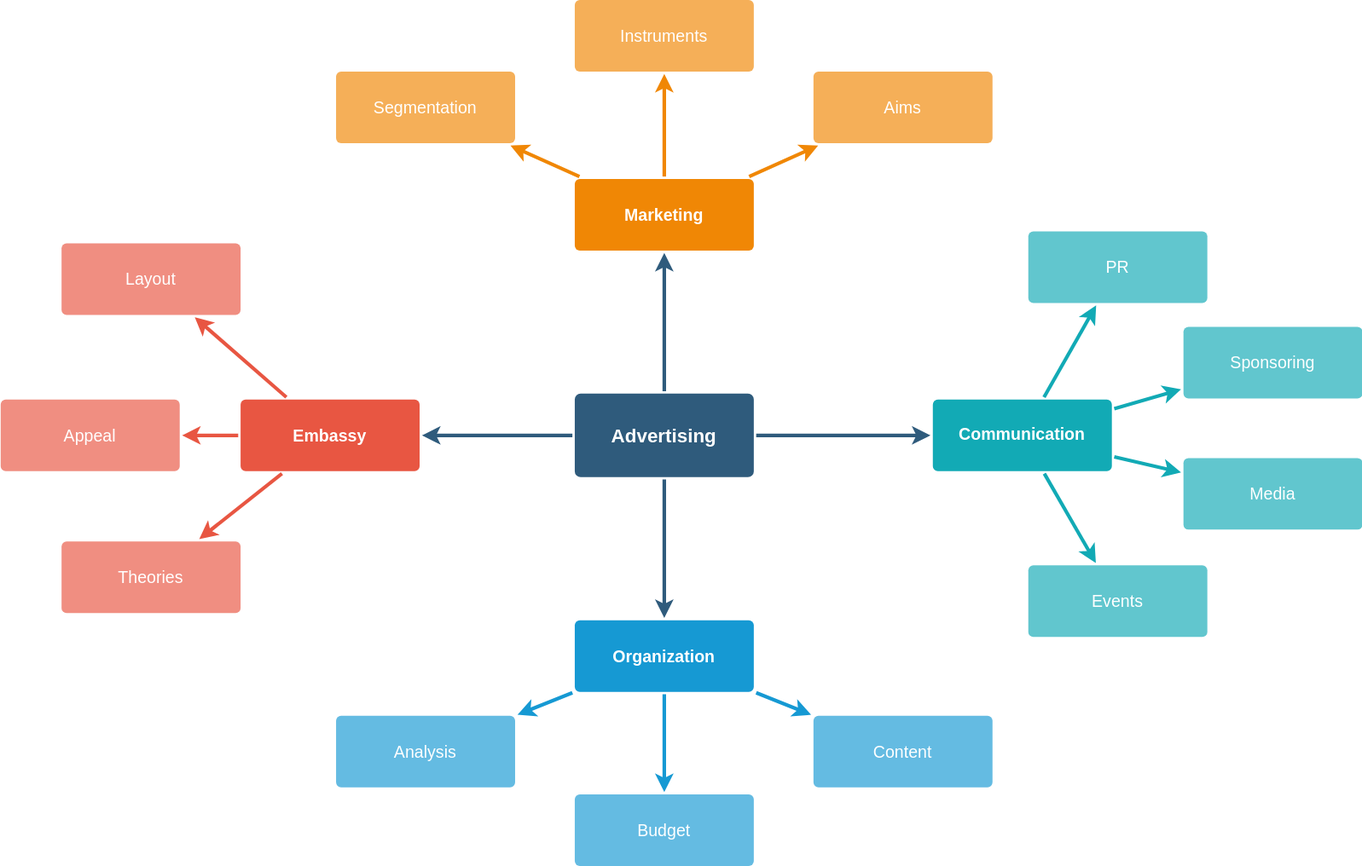
sharkisyou/sharkisyou keeps this draw.io diagram as 未命名绘图.drawio.svg. Above is the earlier version. Source tidied: cells renumbered, new cells last; positions are measured from the earlier drawing's top-left corner, leaving out a move shared by most shapes.
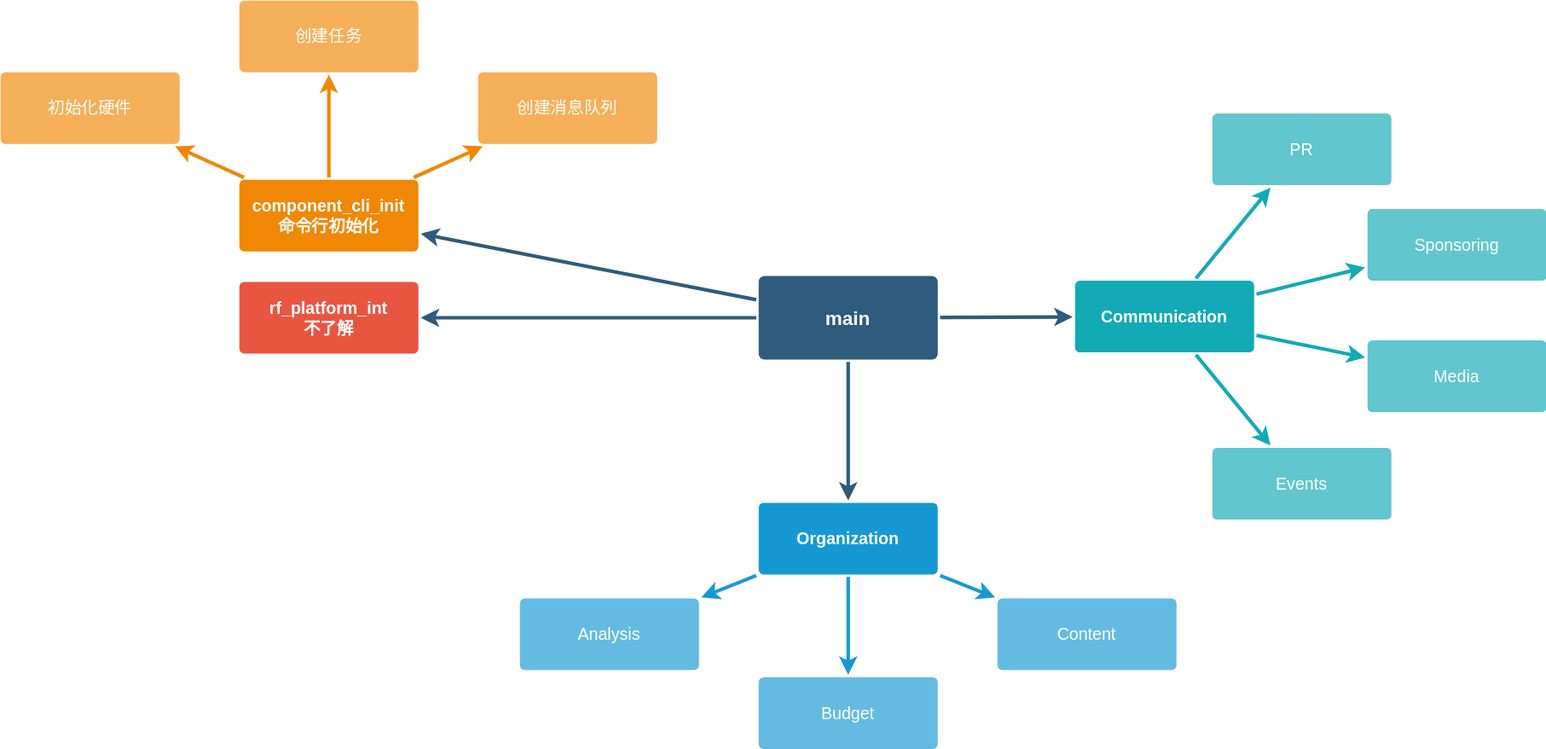
The same file after the commit.

Commit message:
禾迈微逆微储.drawio.svg

Change to the diagram source:
```diff
@@ -14,30 +14,12 @@
     <mxCell id="5" style="edgeStyle=none;rounded=0;jumpStyle=none;html=1;shadow=0;labelBackgroundColor=none;startArrow=none;startFill=0;endArrow=classic;endFill=1;jettySize=auto;strokeColor=#2F5B7C;strokeWidth=3;fontFamily=Helvetica;fontSize=16;fontColor=#23445D;spacing=5;" parent="1" edge="1" source="6" target="10">
       <mxGeometry relative="1" as="geometry" />
     </mxCell>
-    <mxCell id="6" value="Advertising" style="rounded=1;whiteSpace=wrap;html=1;shadow=0;labelBackgroundColor=none;strokeColor=none;strokeWidth=3;fillColor=#2F5B7C;fontFamily=Helvetica;fontSize=16;fontColor=#FFFFFF;align=center;fontStyle=1;spacing=5;arcSize=7;perimeterSpacing=2;" parent="1" vertex="1">
+    <mxCell id="6" value="main" style="rounded=1;whiteSpace=wrap;html=1;shadow=0;labelBackgroundColor=none;strokeColor=none;strokeWidth=3;fillColor=#2F5B7C;fontFamily=Helvetica;fontSize=16;fontColor=#FFFFFF;align=center;fontStyle=1;spacing=5;arcSize=7;perimeterSpacing=2;" parent="1" vertex="1">
       <mxGeometry x="481" y="330.5" width="150" height="70" as="geometry" />
     </mxCell>
-    <mxCell id="7" style="edgeStyle=none;rounded=1;jumpStyle=none;html=1;shadow=0;labelBackgroundColor=none;startArrow=none;startFill=0;jettySize=auto;strokeColor=#E85642;strokeWidth=3;fontFamily=Helvetica;fontSize=14;fontColor=#FFFFFF;spacing=5;fontStyle=1;fillColor=#b0e3e6;" parent="1" edge="1" source="10" target="13">
-      <mxGeometry relative="1" as="geometry" />
-    </mxCell>
-    <mxCell id="8" style="edgeStyle=none;rounded=1;jumpStyle=none;html=1;shadow=0;labelBackgroundColor=none;startArrow=none;startFill=0;jettySize=auto;strokeColor=#E85642;strokeWidth=3;fontFamily=Helvetica;fontSize=14;fontColor=#FFFFFF;spacing=5;fontStyle=1;fillColor=#b0e3e6;" parent="1" edge="1" source="10" target="12">
-      <mxGeometry relative="1" as="geometry" />
-    </mxCell>
-    <mxCell id="9" style="edgeStyle=none;rounded=1;jumpStyle=none;html=1;shadow=0;labelBackgroundColor=none;startArrow=none;startFill=0;jettySize=auto;strokeColor=#E85642;strokeWidth=3;fontFamily=Helvetica;fontSize=14;fontColor=#FFFFFF;spacing=5;fontStyle=1;fillColor=#b0e3e6;" parent="1" edge="1" source="10" target="11">
-      <mxGeometry relative="1" as="geometry" />
-    </mxCell>
-    <mxCell id="10" value="Embassy" style="rounded=1;whiteSpace=wrap;html=1;shadow=0;labelBackgroundColor=none;strokeColor=none;strokeWidth=3;fillColor=#e85642;fontFamily=Helvetica;fontSize=14;fontColor=#FFFFFF;align=center;spacing=5;fontStyle=1;arcSize=7;perimeterSpacing=2;" parent="1" vertex="1">
-      <mxGeometry x="201" y="335.5" width="150" height="60" as="geometry" />
+    <mxCell id="10" value="rf_platform_int&lt;div&gt;不了解&lt;/div&gt;" style="rounded=1;whiteSpace=wrap;html=1;shadow=0;labelBackgroundColor=none;strokeColor=none;strokeWidth=3;fillColor=#e85642;fontFamily=Helvetica;fontSize=14;fontColor=#FFFFFF;align=center;spacing=5;fontStyle=1;arcSize=7;perimeterSpacing=2;" parent="1" vertex="1">
+      <mxGeometry x="46" y="335.5" width="150" height="60" as="geometry" />
     </mxCell>
-    <mxCell id="11" value="Theories" style="rounded=1;whiteSpace=wrap;html=1;shadow=0;labelBackgroundColor=none;strokeColor=none;strokeWidth=3;fillColor=#f08e81;fontFamily=Helvetica;fontSize=14;fontColor=#FFFFFF;align=center;spacing=5;fontStyle=0;arcSize=7;perimeterSpacing=2;" parent="1" vertex="1">
-      <mxGeometry x="51" y="454.5" width="150" height="60" as="geometry" />
-    </mxCell>
-    <mxCell id="12" value="Appeal" style="rounded=1;whiteSpace=wrap;html=1;shadow=0;labelBackgroundColor=none;strokeColor=none;strokeWidth=3;fillColor=#f08e81;fontFamily=Helvetica;fontSize=14;fontColor=#FFFFFF;align=center;spacing=5;fontStyle=0;arcSize=7;perimeterSpacing=2;" parent="1" vertex="1">
-      <mxGeometry y="335.5" width="150" height="60" as="geometry" />
-    </mxCell>
-    <mxCell id="13" value="Layout" style="rounded=1;whiteSpace=wrap;html=1;shadow=0;labelBackgroundColor=none;strokeColor=none;strokeWidth=3;fillColor=#f08e81;fontFamily=Helvetica;fontSize=14;fontColor=#FFFFFF;align=center;spacing=5;fontStyle=0;arcSize=7;perimeterSpacing=2;" parent="1" vertex="1">
-      <mxGeometry x="51" y="204.5" width="150" height="60" as="geometry" />
-    </mxCell>
     <mxCell id="14" style="edgeStyle=none;rounded=0;jumpStyle=none;html=1;shadow=0;labelBackgroundColor=none;startArrow=none;startFill=0;endArrow=classic;endFill=1;jettySize=auto;strokeColor=#1699D3;strokeWidth=3;fontFamily=Helvetica;fontSize=14;fontColor=#FFFFFF;spacing=5;" parent="1" edge="1" source="17" target="20">
       <mxGeometry relative="1" as="geometry" />
     </mxCell>
@@ -59,29 +41,29 @@
     <mxCell id="20" value="Analysis" style="rounded=1;whiteSpace=wrap;html=1;shadow=0;labelBackgroundColor=none;strokeColor=none;strokeWidth=3;fillColor=#64bbe2;fontFamily=Helvetica;fontSize=14;fontColor=#FFFFFF;align=center;spacing=5;arcSize=7;perimeterSpacing=2;" parent="1" vertex="1">
       <mxGeometry x="281" y="600.5" width="150" height="60" as="geometry" />
     </mxCell>
-    <mxCell id="21" value="Marketing" style="rounded=1;whiteSpace=wrap;html=1;shadow=0;labelBackgroundColor=none;strokeColor=none;strokeWidth=3;fillColor=#F08705;fontFamily=Helvetica;fontSize=14;fontColor=#FFFFFF;align=center;spacing=5;fontStyle=1;arcSize=7;perimeterSpacing=2;" parent="1" vertex="1">
-      <mxGeometry x="481" y="150.5" width="150" height="60" as="geometry" />
+    <mxCell id="21" value="component_cli_init&lt;div&gt;命令行初始化&lt;/div&gt;" style="rounded=1;whiteSpace=wrap;html=1;shadow=0;labelBackgroundColor=none;strokeColor=none;strokeWidth=3;fillColor=#F08705;fontFamily=Helvetica;fontSize=14;fontColor=#FFFFFF;align=center;spacing=5;fontStyle=1;arcSize=7;perimeterSpacing=2;" parent="1" vertex="1">
+      <mxGeometry x="46" y="250" width="150" height="60" as="geometry" />
     </mxCell>
-    <mxCell id="22" value="Aims&lt;br&gt;" style="rounded=1;whiteSpace=wrap;html=1;shadow=0;labelBackgroundColor=none;strokeColor=none;strokeWidth=3;fillColor=#f5af58;fontFamily=Helvetica;fontSize=14;fontColor=#FFFFFF;align=center;spacing=5;arcSize=7;perimeterSpacing=2;" parent="1" vertex="1">
-      <mxGeometry x="681" y="60.5" width="150" height="60" as="geometry" />
+    <mxCell id="22" value="创建消息队列" style="rounded=1;whiteSpace=wrap;html=1;shadow=0;labelBackgroundColor=none;strokeColor=none;strokeWidth=3;fillColor=#f5af58;fontFamily=Helvetica;fontSize=14;fontColor=#FFFFFF;align=center;spacing=5;arcSize=7;perimeterSpacing=2;" parent="1" vertex="1">
+      <mxGeometry x="246" y="160" width="150" height="60" as="geometry" />
     </mxCell>
     <mxCell id="23" style="edgeStyle=none;rounded=0;jumpStyle=none;html=1;shadow=0;labelBackgroundColor=none;startArrow=none;startFill=0;endArrow=classic;endFill=1;jettySize=auto;strokeColor=#F08705;strokeWidth=3;fontFamily=Helvetica;fontSize=14;fontColor=#FFFFFF;spacing=5;" parent="1" edge="1" source="21" target="22">
       <mxGeometry relative="1" as="geometry" />
     </mxCell>
-    <mxCell id="24" value="Instruments" style="rounded=1;whiteSpace=wrap;html=1;shadow=0;labelBackgroundColor=none;strokeColor=none;strokeWidth=3;fillColor=#f5af58;fontFamily=Helvetica;fontSize=14;fontColor=#FFFFFF;align=center;spacing=5;arcSize=7;perimeterSpacing=2;" parent="1" vertex="1">
-      <mxGeometry x="481" y="0.5" width="150" height="60" as="geometry" />
+    <mxCell id="24" value="创建任务" style="rounded=1;whiteSpace=wrap;html=1;shadow=0;labelBackgroundColor=none;strokeColor=none;strokeWidth=3;fillColor=#f5af58;fontFamily=Helvetica;fontSize=14;fontColor=#FFFFFF;align=center;spacing=5;arcSize=7;perimeterSpacing=2;" parent="1" vertex="1">
+      <mxGeometry x="46" y="100" width="150" height="60" as="geometry" />
     </mxCell>
     <mxCell id="25" style="edgeStyle=none;rounded=0;jumpStyle=none;html=1;shadow=0;labelBackgroundColor=none;startArrow=none;startFill=0;endArrow=classic;endFill=1;jettySize=auto;strokeColor=#F08705;strokeWidth=3;fontFamily=Helvetica;fontSize=14;fontColor=#FFFFFF;spacing=5;" parent="1" edge="1" source="21" target="24">
       <mxGeometry relative="1" as="geometry" />
     </mxCell>
-    <mxCell id="26" value="Segmentation" style="rounded=1;whiteSpace=wrap;html=1;shadow=0;labelBackgroundColor=none;strokeColor=none;strokeWidth=3;fillColor=#f5af58;fontFamily=Helvetica;fontSize=14;fontColor=#FFFFFF;align=center;spacing=5;arcSize=7;perimeterSpacing=2;" parent="1" vertex="1">
-      <mxGeometry x="281" y="60.5" width="150" height="60" as="geometry" />
+    <mxCell id="26" value="初始化硬件" style="rounded=1;whiteSpace=wrap;html=1;shadow=0;labelBackgroundColor=none;strokeColor=none;strokeWidth=3;fillColor=#f5af58;fontFamily=Helvetica;fontSize=14;fontColor=#FFFFFF;align=center;spacing=5;arcSize=7;perimeterSpacing=2;" parent="1" vertex="1">
+      <mxGeometry x="-154" y="160" width="150" height="60" as="geometry" />
     </mxCell>
     <mxCell id="27" style="edgeStyle=none;rounded=0;jumpStyle=none;html=1;shadow=0;labelBackgroundColor=none;startArrow=none;startFill=0;endArrow=classic;endFill=1;jettySize=auto;strokeColor=#F08705;strokeWidth=3;fontFamily=Helvetica;fontSize=14;fontColor=#FFFFFF;spacing=5;" parent="1" edge="1" source="21" target="26">
       <mxGeometry relative="1" as="geometry" />
     </mxCell>
     <mxCell id="28" value="Communication" style="rounded=1;whiteSpace=wrap;html=1;shadow=0;labelBackgroundColor=none;strokeColor=none;strokeWidth=3;fillColor=#12aab5;fontFamily=Helvetica;fontSize=14;fontColor=#FFFFFF;align=center;spacing=5;fontStyle=1;arcSize=7;perimeterSpacing=2;" parent="1" vertex="1">
-      <mxGeometry x="781" y="335.5" width="150" height="60" as="geometry" />
+      <mxGeometry x="746" y="334.5" width="150" height="60" as="geometry" />
     </mxCell>
     <mxCell id="29" value="Events" style="rounded=1;whiteSpace=wrap;html=1;shadow=0;labelBackgroundColor=none;strokeColor=none;strokeWidth=3;fillColor=#61c6ce;fontFamily=Helvetica;fontSize=14;fontColor=#FFFFFF;align=center;spacing=5;fontStyle=0;arcSize=7;perimeterSpacing=2;" parent="1" vertex="1">
       <mxGeometry x="861" y="474.5" width="150" height="60" as="geometry" />
```
